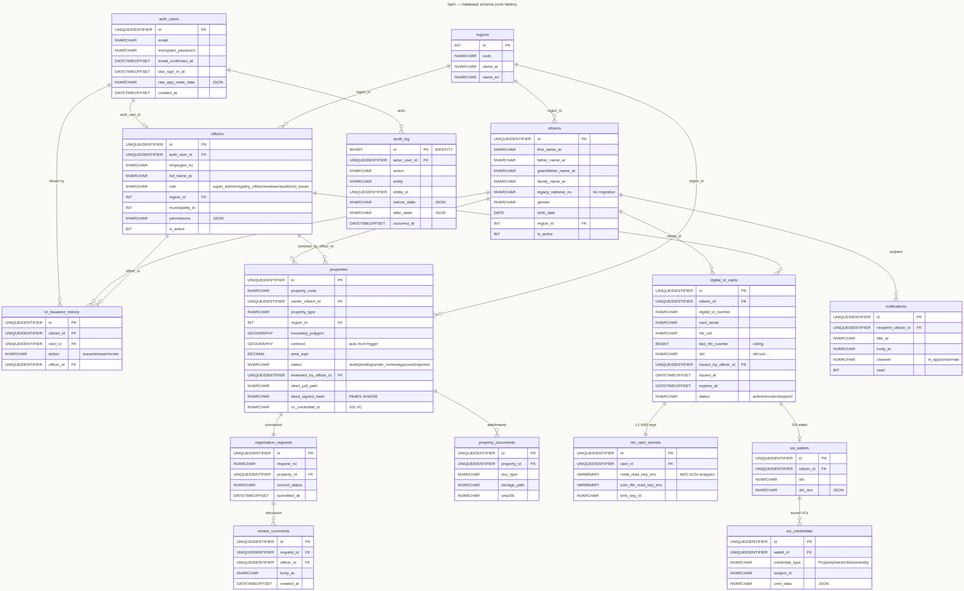
Before: docs/diagrams/db-schema.png, a diagram exported from Mermaid (AliBelaid/Sarh). Its source is kept beside it as docs/diagrams/db-schema.mmd. Its diagram source:
```mermaid
---
title: Sarh — Database schema (core tables)
---
erDiagram
    auth_users ||--o| officers : "auth_user_id"
    auth_users ||--o{ id_issuance_history : "issued by"
    citizens   ||--o{ properties : "owner_citizen_id"
    citizens   ||--o{ digital_id_cards : "citizen_id"
    citizens   ||--o{ id_issuance_history : "subject"
    officers   ||--o{ properties : "reviewed_by_officer_id"
    officers   ||--o{ digital_id_cards : "issued_by_officer_id"
    officers   ||--o{ id_issuance_history : "officer_id"
    regions    ||--o{ citizens : "region_id"
    regions    ||--o{ officers : "region_id"
    regions    ||--o{ properties : "region_id"
    properties ||--|| registration_requests : "submission"
    properties ||--o{ property_documents : "attachments"
    registration_requests ||--o{ review_comments : "discussion"
    digital_id_cards ||--|| nfc_card_secrets : "1:1 KMS keys"
    digital_id_cards ||--o| ssi_wallets : "SSI wallet"
    ssi_wallets ||--o{ ssi_credentials : "issued VCs"
    citizens   ||--o{ notifications : "recipient"
    auth_users ||--o{ audit_log : "actor"

    auth_users {
        UNIQUEIDENTIFIER id PK
        NVARCHAR email
        NVARCHAR encrypted_password
        DATETIMEOFFSET email_confirmed_at
        DATETIMEOFFSET last_sign_in_at
        NVARCHAR raw_app_meta_data "JSON"
        DATETIMEOFFSET created_at
    }

    officers {
        UNIQUEIDENTIFIER id PK
        UNIQUEIDENTIFIER auth_user_id FK
        NVARCHAR employee_no
        NVARCHAR full_name_ar
        NVARCHAR role "super_admin/registry_officer/reviewer/auditor/id_issuer"
        INT region_id FK
        INT municipality_id
        NVARCHAR permissions "JSON"
        BIT is_active
    }

    citizens {
        UNIQUEIDENTIFIER id PK
        NVARCHAR first_name_ar
        NVARCHAR father_name_ar
        NVARCHAR grandfather_name_ar
        NVARCHAR family_name_ar
        NVARCHAR legacy_national_no "for migration"
        NVARCHAR gender
        DATE birth_date
        INT region_id FK
        BIT is_active
    }

    properties {
        UNIQUEIDENTIFIER id PK
        NVARCHAR property_code
        UNIQUEIDENTIFIER owner_citizen_id FK
        NVARCHAR property_type
        INT region_id FK
        GEOGRAPHY boundary_polygon
        GEOGRAPHY centroid "auto from trigger"
        DECIMAL area_sqm
        NVARCHAR status "draft/pending/under_review/approved/rejected"
        UNIQUEIDENTIFIER reviewed_by_officer_id FK
        NVARCHAR deed_pdf_path
        NVARCHAR deed_signed_hash "PAdES SHA256"
        NVARCHAR vc_credential_id "SSI VC"
    }

    registration_requests {
        UNIQUEIDENTIFIER id PK
        NVARCHAR request_no
        UNIQUEIDENTIFIER property_id FK
        NVARCHAR current_status
        DATETIMEOFFSET submitted_at
    }

    review_comments {
        UNIQUEIDENTIFIER id PK
        UNIQUEIDENTIFIER request_id FK
        UNIQUEIDENTIFIER officer_id FK
        NVARCHAR body_ar
        DATETIMEOFFSET created_at
    }

    property_documents {
        UNIQUEIDENTIFIER id PK
        UNIQUEIDENTIFIER property_id FK
        NVARCHAR doc_type
        NVARCHAR storage_path
        NVARCHAR sha256
    }

    digital_id_cards {
        UNIQUEIDENTIFIER id PK
        UNIQUEIDENTIFIER citizen_id FK
        NVARCHAR digital_id_number
        NVARCHAR card_serial
        NVARCHAR nfc_uid
        BIGINT last_nfc_counter "rolling"
        NVARCHAR did "did:sov:..."
        UNIQUEIDENTIFIER issued_by_officer_id FK
        DATETIMEOFFSET issued_at
        DATETIMEOFFSET expires_at
        NVARCHAR status "active/revoked/expired"
    }

    nfc_card_secrets {
        UNIQUEIDENTIFIER id PK
        UNIQUEIDENTIFIER card_id FK
        VARBINARY meta_read_key_enc "AES-GCM wrapped"
        VARBINARY sdm_file_read_key_enc
        NVARCHAR kms_key_id
    }

    id_issuance_history {
        UNIQUEIDENTIFIER id PK
        UNIQUEIDENTIFIER citizen_id FK
        UNIQUEIDENTIFIER card_id FK
        NVARCHAR action "issue/reissue/revoke"
        UNIQUEIDENTIFIER officer_id FK
    }

    ssi_wallets {
        UNIQUEIDENTIFIER id PK
        UNIQUEIDENTIFIER citizen_id FK
        NVARCHAR did
        NVARCHAR did_doc "JSON"
    }

    ssi_credentials {
        UNIQUEIDENTIFIER id PK
        UNIQUEIDENTIFIER wallet_id FK
        NVARCHAR credential_type "PropertyDeed/CitizenIdentity"
        NVARCHAR subject_id
        NVARCHAR cred_data "JSON"
    }

    notifications {
        UNIQUEIDENTIFIER id PK
        UNIQUEIDENTIFIER recipient_citizen_id FK
        NVARCHAR title_ar
        NVARCHAR body_ar
        NVARCHAR channel "in_app/sms/email"
        BIT read
    }

    audit_log {
        BIGINT id PK "IDENTITY"
        UNIQUEIDENTIFIER actor_user_id FK
        NVARCHAR action
        NVARCHAR entity
        UNIQUEIDENTIFIER entity_id
        NVARCHAR before_state "JSON"
        NVARCHAR after_state "JSON"
        DATETIMEOFFSET occurred_at
    }

    regions {
        INT id PK
        NVARCHAR code
        NVARCHAR name_ar
        NVARCHAR name_en
    }
```
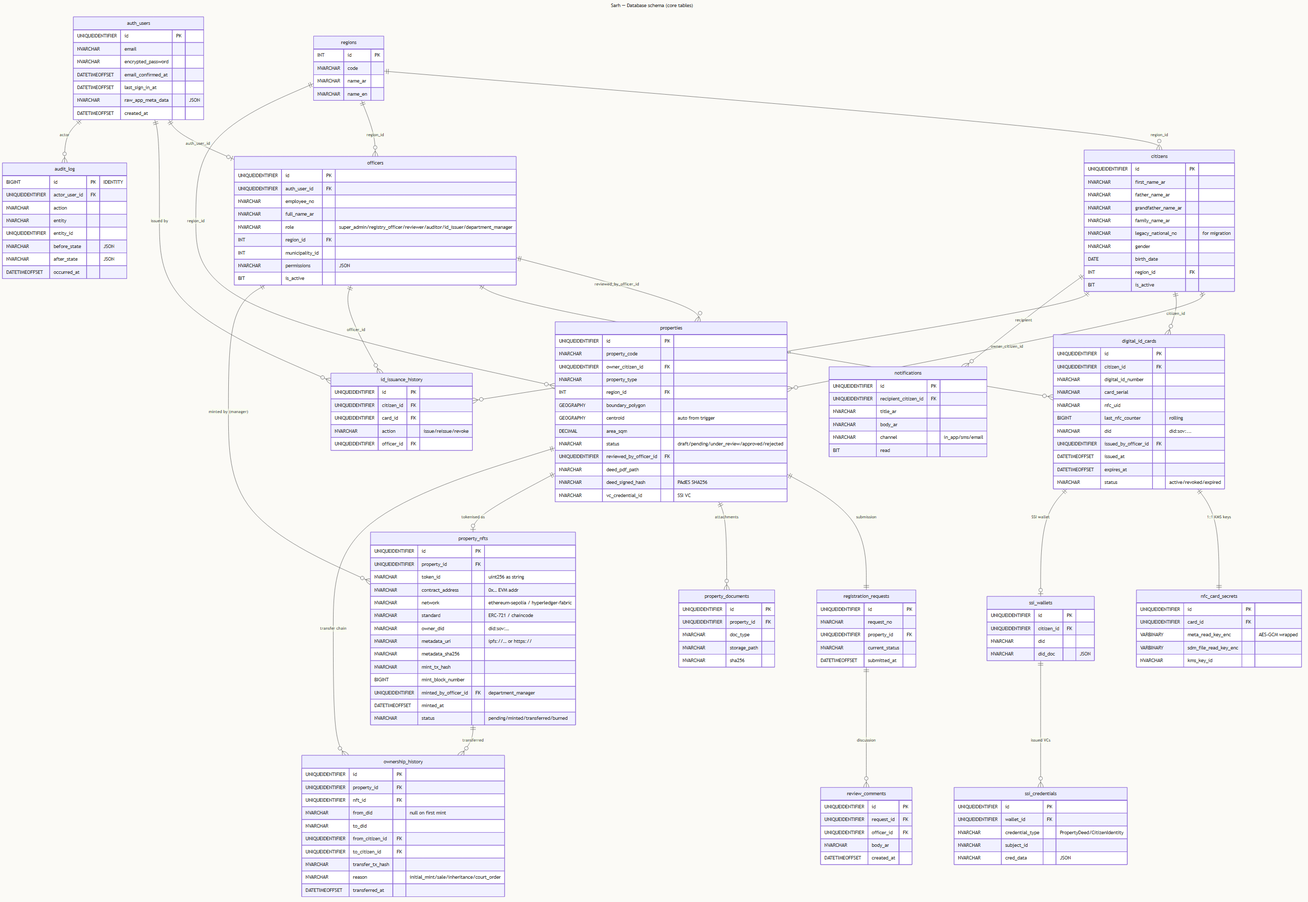
After the commit.

The edit, as a diff of the source:
```diff
@@ -21,6 +21,10 @@
     ssi_wallets ||--o{ ssi_credentials : "issued VCs"
     citizens   ||--o{ notifications : "recipient"
     auth_users ||--o{ audit_log : "actor"
+    properties ||--o| property_nfts : "tokenised as"
+    properties ||--o{ ownership_history : "transfer chain"
+    property_nfts ||--o{ ownership_history : "transferred"
+    officers   ||--o{ property_nfts : "minted by (manager)"
 
     auth_users {
         UNIQUEIDENTIFIER id PK
@@ -37,7 +41,7 @@
         UNIQUEIDENTIFIER auth_user_id FK
         NVARCHAR employee_no
         NVARCHAR full_name_ar
-        NVARCHAR role "super_admin/registry_officer/reviewer/auditor/id_issuer"
+        NVARCHAR role "super_admin/registry_officer/reviewer/auditor/id_issuer/department_manager"
         INT region_id FK
         INT municipality_id
         NVARCHAR permissions "JSON"
@@ -168,3 +172,33 @@
         NVARCHAR name_ar
         NVARCHAR name_en
     }
+
+    property_nfts {
+        UNIQUEIDENTIFIER id PK
+        UNIQUEIDENTIFIER property_id FK
+        NVARCHAR token_id "uint256 as string"
+        NVARCHAR contract_address "0x… EVM addr"
+        NVARCHAR network "ethereum-sepolia / hyperledger-fabric"
+        NVARCHAR standard "ERC-721 / chaincode"
+        NVARCHAR owner_did "did:sov:…"
+        NVARCHAR metadata_uri "ipfs://… or https://"
+        NVARCHAR metadata_sha256
+        NVARCHAR mint_tx_hash
+        BIGINT mint_block_number
+        UNIQUEIDENTIFIER minted_by_officer_id FK "department_manager"
+        DATETIMEOFFSET minted_at
+        NVARCHAR status "pending/minted/transferred/burned"
+    }
+
+    ownership_history {
+        UNIQUEIDENTIFIER id PK
+        UNIQUEIDENTIFIER property_id FK
+        UNIQUEIDENTIFIER nft_id FK
+        NVARCHAR from_did "null on first mint"
+        NVARCHAR to_did
+        UNIQUEIDENTIFIER from_citizen_id FK
+        UNIQUEIDENTIFIER to_citizen_id FK
+        NVARCHAR transfer_tx_hash
+        NVARCHAR reason "initial_mint/sale/inheritance/court_order"
+        DATETIMEOFFSET transferred_at
+    }
```
